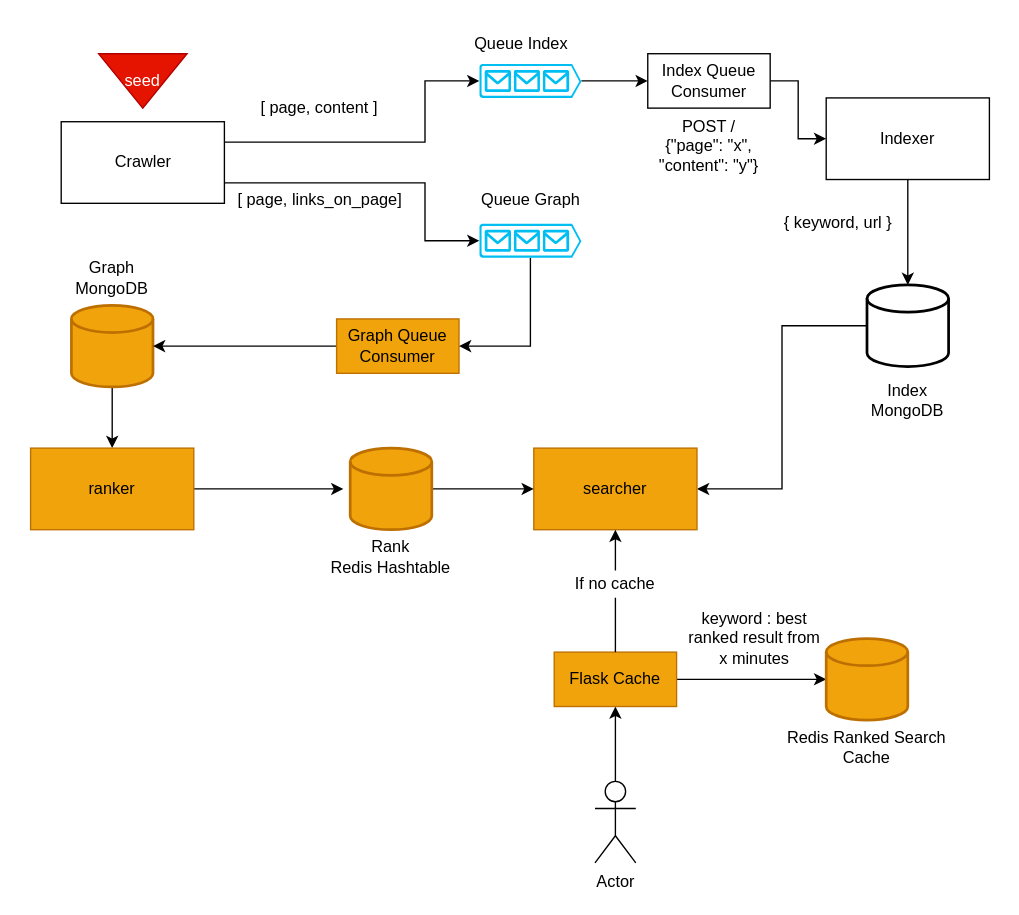
The draw.io diagram search-engine.drawio in lariskovski/search-engine, before the edit. Source tidied: cells renumbered, new cells numbered last; positions are measured from the earlier drawing's top-left corner, leaving out a move shared by most shapes. Both pictures are drawn from the tidied source at 136%, with x=0, y=0 at pixel (23, 23).
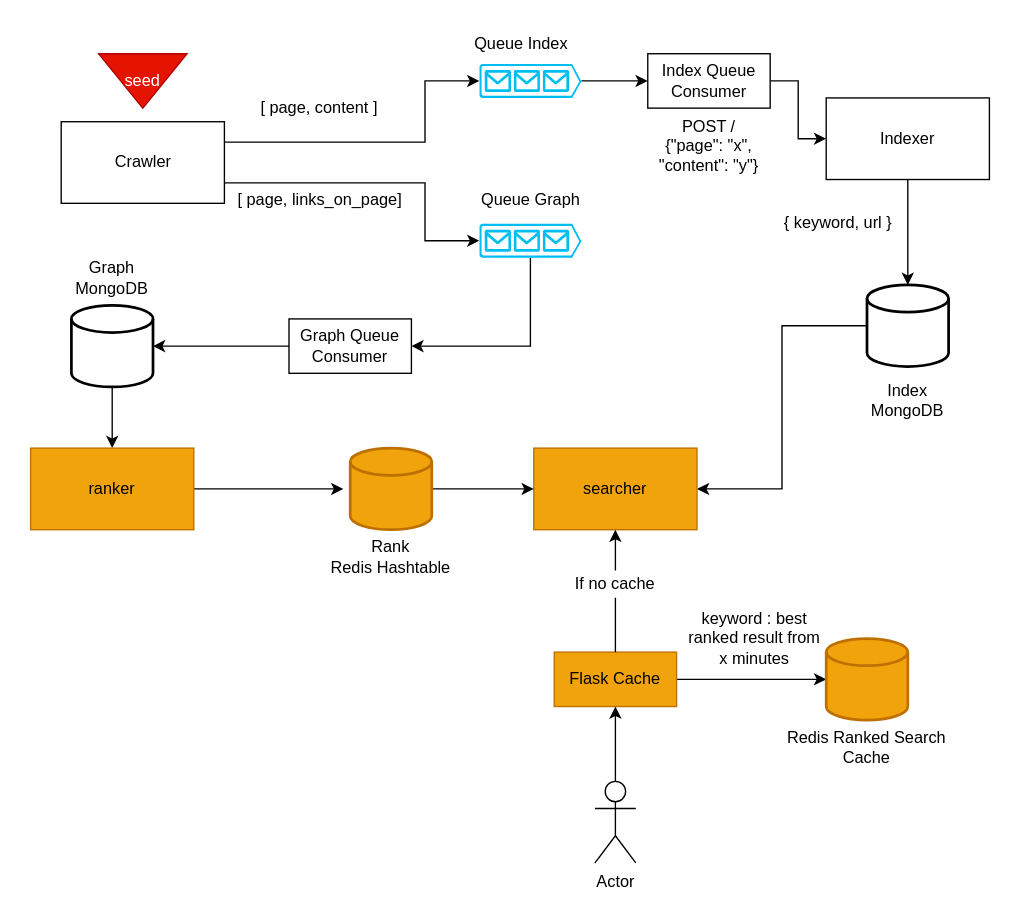
The same diagram, later.

The edit, as a diff of the source:
```diff
@@
-    <mxCell id="8" style="strokeWidth=2;html=1;shape=mxgraph.flowchart.database;whiteSpace=wrap;fillColor=#f0a30a;strokeColor=#BD7000;fontColor=#000000;" parent="1" vertex="1">
+    <mxCell id="8" style="strokeWidth=2;html=1;shape=mxgraph.flowchart.database;whiteSpace=wrap;" parent="1" vertex="1">
       <mxGeometry x="35" y="207" width="60" height="60" as="geometry" />
     </mxCell>
@@
-    <mxCell id="33" value="Graph Queue Consumer" style="rounded=0;whiteSpace=wrap;html=1;fillColor=#f0a30a;strokeColor=#BD7000;fontColor=#000000;" parent="1" vertex="1">
-      <mxGeometry x="230" y="217" width="90" height="40" as="geometry" />
+    <mxCell id="33" value="Graph Queue Consumer" style="rounded=0;whiteSpace=wrap;html=1;" parent="1" vertex="1">
+      <mxGeometry x="195" y="217" width="90" height="40" as="geometry" />
     </mxCell>
```
